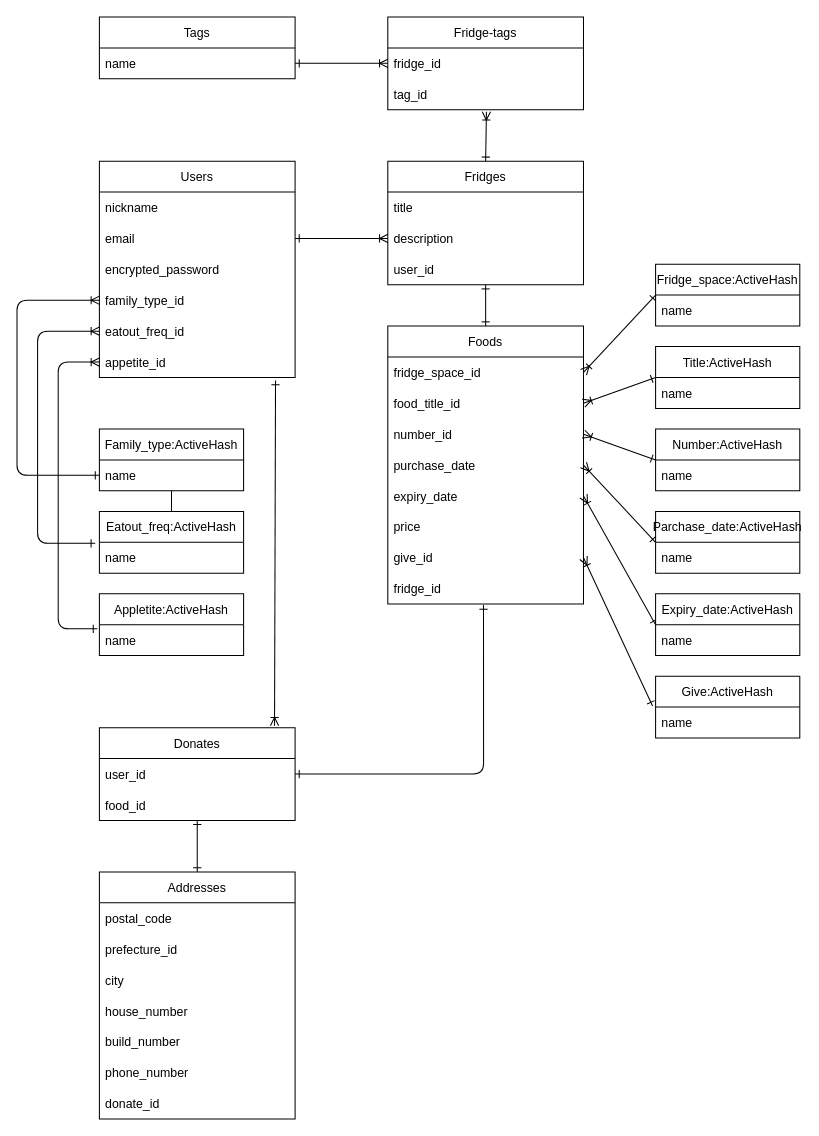
Before: ER.dio in izureco/fridge, a draw.io diagram. Source tidied: cells renumbered, new cells numbered last; positions are measured from the earlier drawing's top-left corner, leaving out a move shared by most shapes. Both pictures are drawn from the tidied source at 103%, with x=0, y=0 at pixel (16, 16).
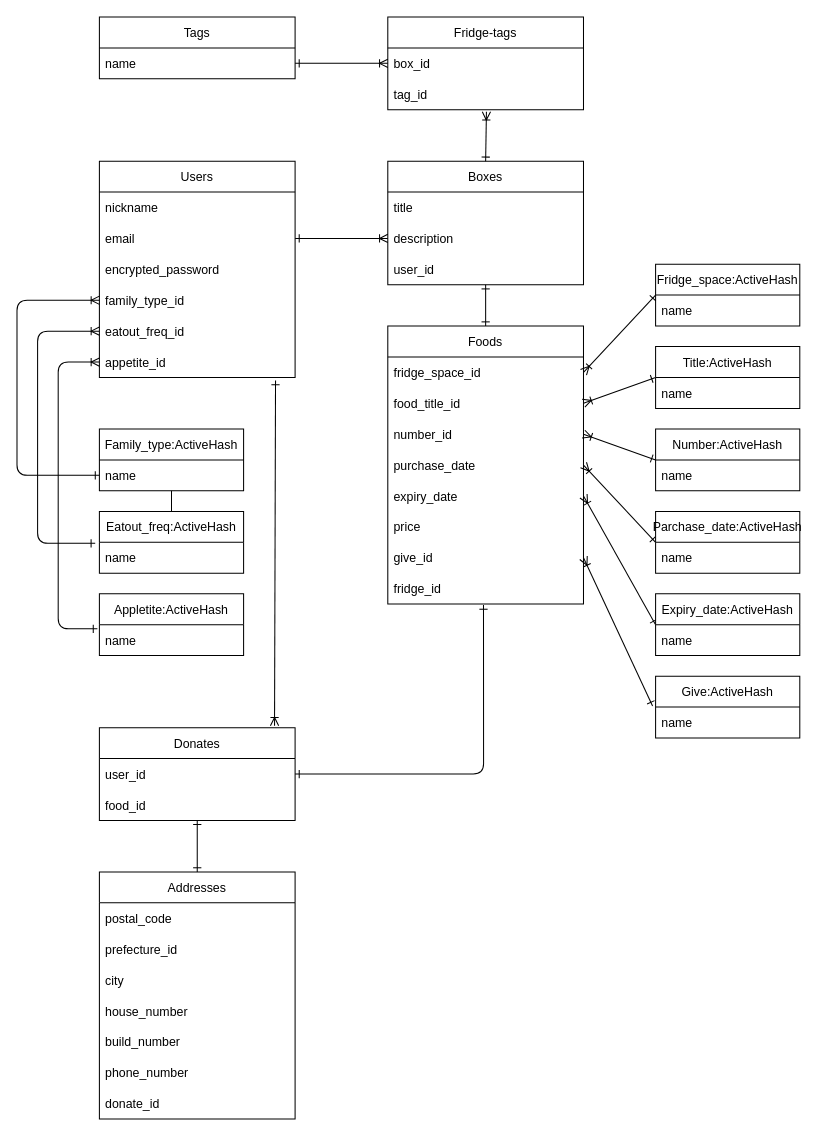
The same page after the edit.

The change refers to these unchanged cells:
```xml
<mxCell id="39" value="Fridge-tags" style="swimlane;fontStyle=0;horizontal=1;startSize=30;" parent="1" vertex="1">
  <mxGeometry x="360" width="190" height="90" as="geometry" />
</mxCell>
```

Change to the diagram source:
```diff
@@
-    <mxCell id="11" value="Fridges" style="swimlane;fontStyle=0;horizontal=1;startSize=30;" parent="1" vertex="1">
+    <mxCell id="11" value="Boxes" style="swimlane;fontStyle=0;horizontal=1;startSize=30;" parent="1" vertex="1">
       <mxGeometry x="360" y="140" width="190" height="120" as="geometry" />
     </mxCell>
@@
-    <mxCell id="40" value="fridge_id" style="text;strokeColor=none;fillColor=none;align=left;verticalAlign=middle;spacingLeft=4;spacingRight=4;overflow=hidden;points=[[0,0.5],[1,0.5]];portConstraint=eastwest;" parent="39" vertex="1">
+    <mxCell id="40" value="box_id" style="text;strokeColor=none;fillColor=none;align=left;verticalAlign=middle;spacingLeft=4;spacingRight=4;overflow=hidden;points=[[0,0.5],[1,0.5]];portConstraint=eastwest;" parent="39" vertex="1">
       <mxGeometry y="30" width="190" height="30" as="geometry" />
     </mxCell>
```
